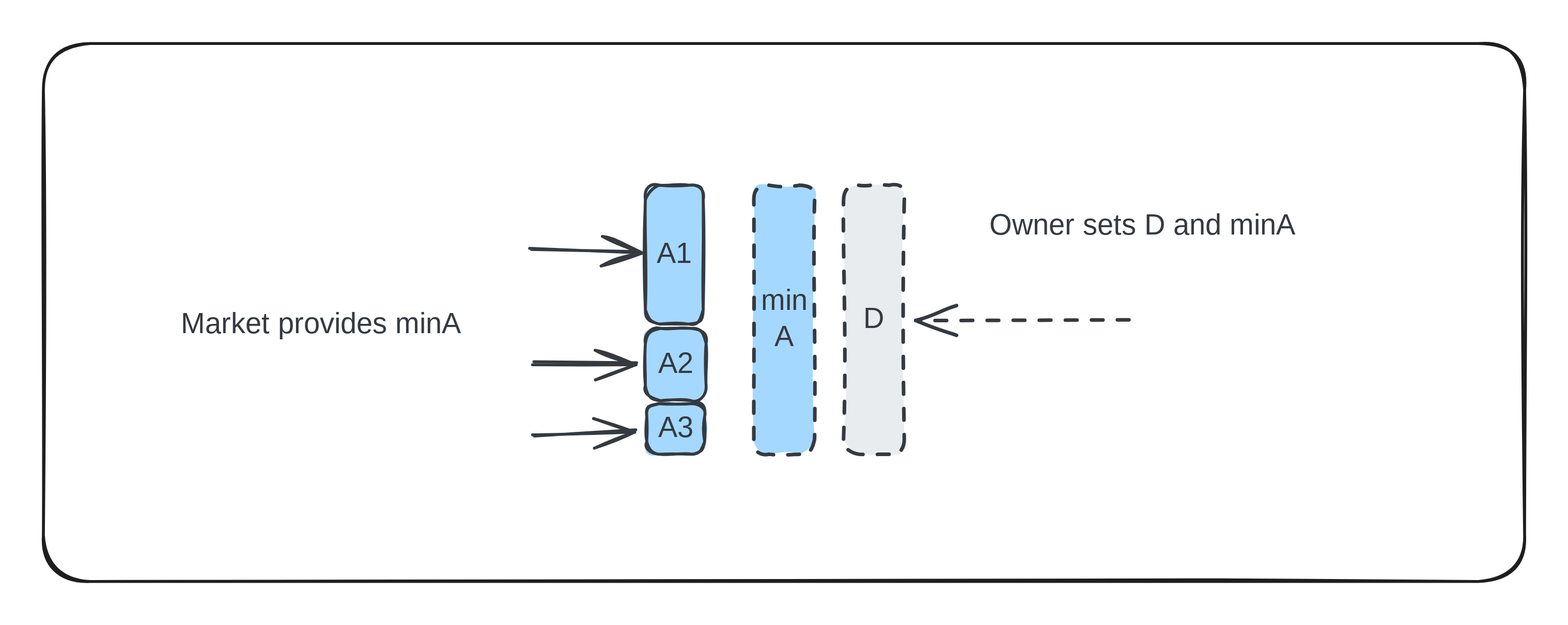
This is .gitbook/assets/file.excalidraw (8).svg from decaswap-labs/docs, a Excalidraw export, as it was before one commit. Source tidied: one line per element, renumbered; positions are measured from the earlier drawing's top-left corner, leaving out a move shared by most shapes.
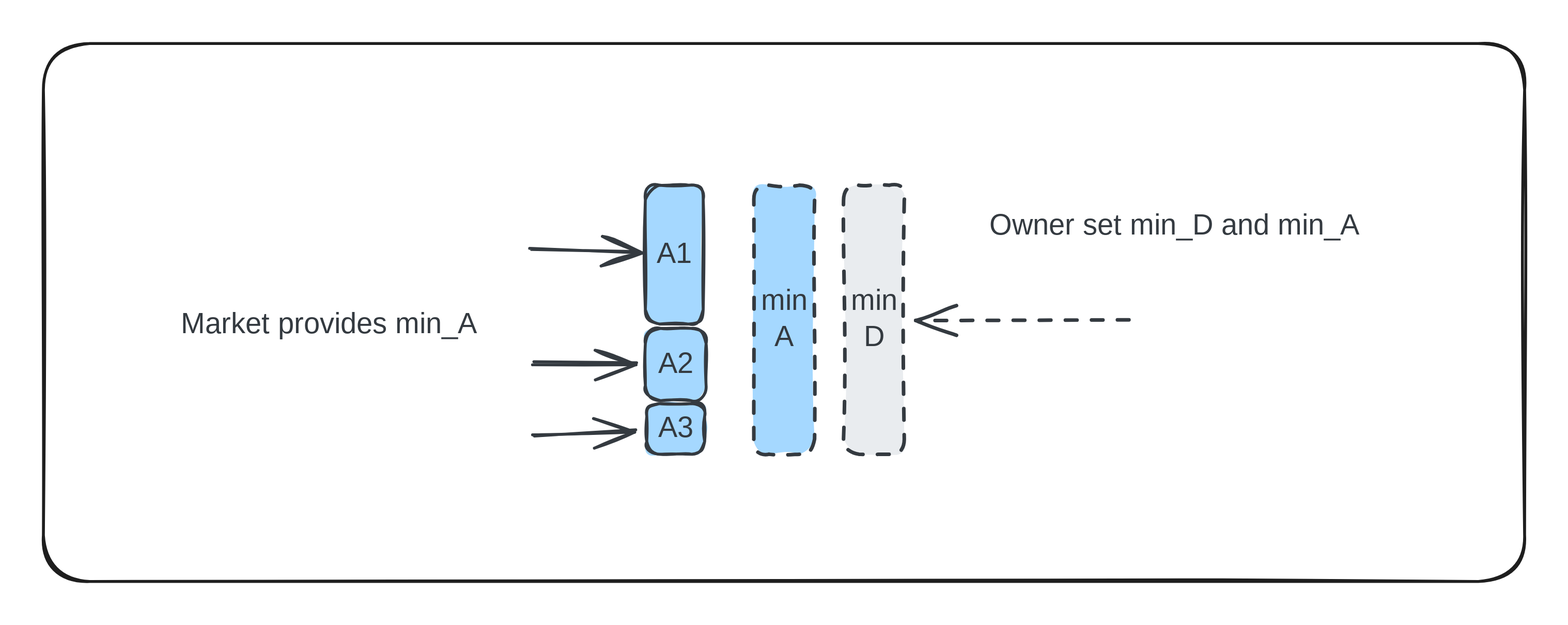
After the commit.

Diff of the diagram source:
```diff
@@ -1,5 +1,5 @@
 {"id": 0, "type": "rectangle", "strokeColor": "#343a40", "backgroundColor": "#e9ecef", "fillStyle": "solid", "strokeWidth": 2, "strokeStyle": "dashed", "roughness": 1, "round": true, "x": 553, "y": 98, "width": 42, "height": 186}
-{"id": 1, "type": "text", "text": "D", "strokeColor": "#343a40", "backgroundColor": "#e9ecef", "fillStyle": "solid", "strokeWidth": 2, "roughness": 1, "fontSize": 20, "fontFamily": 1, "textAlign": "center", "verticalAlign": "middle", "inside": 0, "x": 566, "y": 178, "width": 16, "height": 25}
+{"id": 1, "type": "text", "text": "min\nD", "strokeColor": "#343a40", "backgroundColor": "#e9ecef", "fillStyle": "solid", "strokeWidth": 2, "roughness": 1, "fontSize": 20, "fontFamily": 1, "textAlign": "center", "verticalAlign": "middle", "inside": 0, "x": 561, "y": 166, "width": 26, "height": 50}
 {"id": 2, "type": "rectangle", "strokeColor": "#343a40", "backgroundColor": "#a5d8ff", "fillStyle": "solid", "strokeWidth": 2, "roughness": 1, "round": true, "x": 417, "y": 249, "width": 40, "height": 35}
 {"id": 3, "type": "text", "text": "A3", "strokeColor": "#343a40", "backgroundColor": "#e9ecef", "fillStyle": "solid", "strokeWidth": 2, "roughness": 1, "fontSize": 20, "fontFamily": 1, "textAlign": "center", "verticalAlign": "middle", "inside": 2, "x": 424, "y": 254, "width": 27, "height": 25}
 {"id": 4, "type": "rectangle", "strokeColor": "#343a40", "backgroundColor": "#a5d8ff", "fillStyle": "solid", "strokeWidth": 2, "roughness": 1, "round": true, "x": 416, "y": 197, "width": 42, "height": 50}
@@ -12,6 +12,6 @@
 {"id": 11, "type": "arrow", "strokeColor": "#343a40", "backgroundColor": "#a5d8ff", "fillStyle": "solid", "strokeWidth": 2, "strokeStyle": "dashed", "roughness": 1, "endArrowhead": "arrow", "round": true, "to": 0, "x": 751, "y": 192, "width": 148, "height": 1, "points": [[0, 0], [-148, -1]]}
 {"id": 12, "type": "rectangle", "strokeColor": "#343a40", "backgroundColor": "#a5d8ff", "fillStyle": "solid", "strokeWidth": 2, "strokeStyle": "dashed", "roughness": 1, "round": true, "x": 491, "y": 98, "width": 42, "height": 186}
 {"id": 13, "type": "text", "text": "min\nA", "strokeColor": "#343a40", "backgroundColor": "#e9ecef", "fillStyle": "solid", "strokeWidth": 2, "roughness": 1, "fontSize": 20, "fontFamily": 1, "textAlign": "center", "verticalAlign": "middle", "inside": 12, "x": 499, "y": 166, "width": 26, "height": 50}
-{"id": 14, "type": "text", "text": "Owner sets D and minA", "strokeColor": "#343a40", "backgroundColor": "#a5d8ff", "fillStyle": "solid", "strokeWidth": 2, "strokeStyle": "dashed", "roughness": 1, "fontSize": 20, "fontFamily": 1, "x": 654, "y": 114, "width": 229, "height": 25}
+{"id": 14, "type": "text", "text": "Owner set min_D and min_A", "strokeColor": "#343a40", "backgroundColor": "#a5d8ff", "fillStyle": "solid", "strokeWidth": 2, "strokeStyle": "dashed", "roughness": 1, "fontSize": 20, "fontFamily": 1, "x": 654, "y": 114, "width": 277, "height": 25}
-{"id": 15, "type": "text", "text": "Market provides minA", "strokeColor": "#343a40", "backgroundColor": "#a5d8ff", "fillStyle": "solid", "strokeWidth": 2, "strokeStyle": "dashed", "roughness": 1, "fontSize": 20, "fontFamily": 1, "x": 95, "y": 182, "width": 206, "height": 25}
+{"id": 15, "type": "text", "text": "Market provides min_A", "strokeColor": "#343a40", "backgroundColor": "#a5d8ff", "fillStyle": "solid", "strokeWidth": 2, "strokeStyle": "dashed", "roughness": 1, "fontSize": 20, "fontFamily": 1, "x": 95, "y": 182, "width": 223, "height": 25}
 {"id": 16, "type": "rectangle", "strokeColor": "#1e1e1e", "strokeWidth": 2, "roughness": 1, "round": true, "x": 0, "y": 0, "width": 1024, "height": 372}
```
